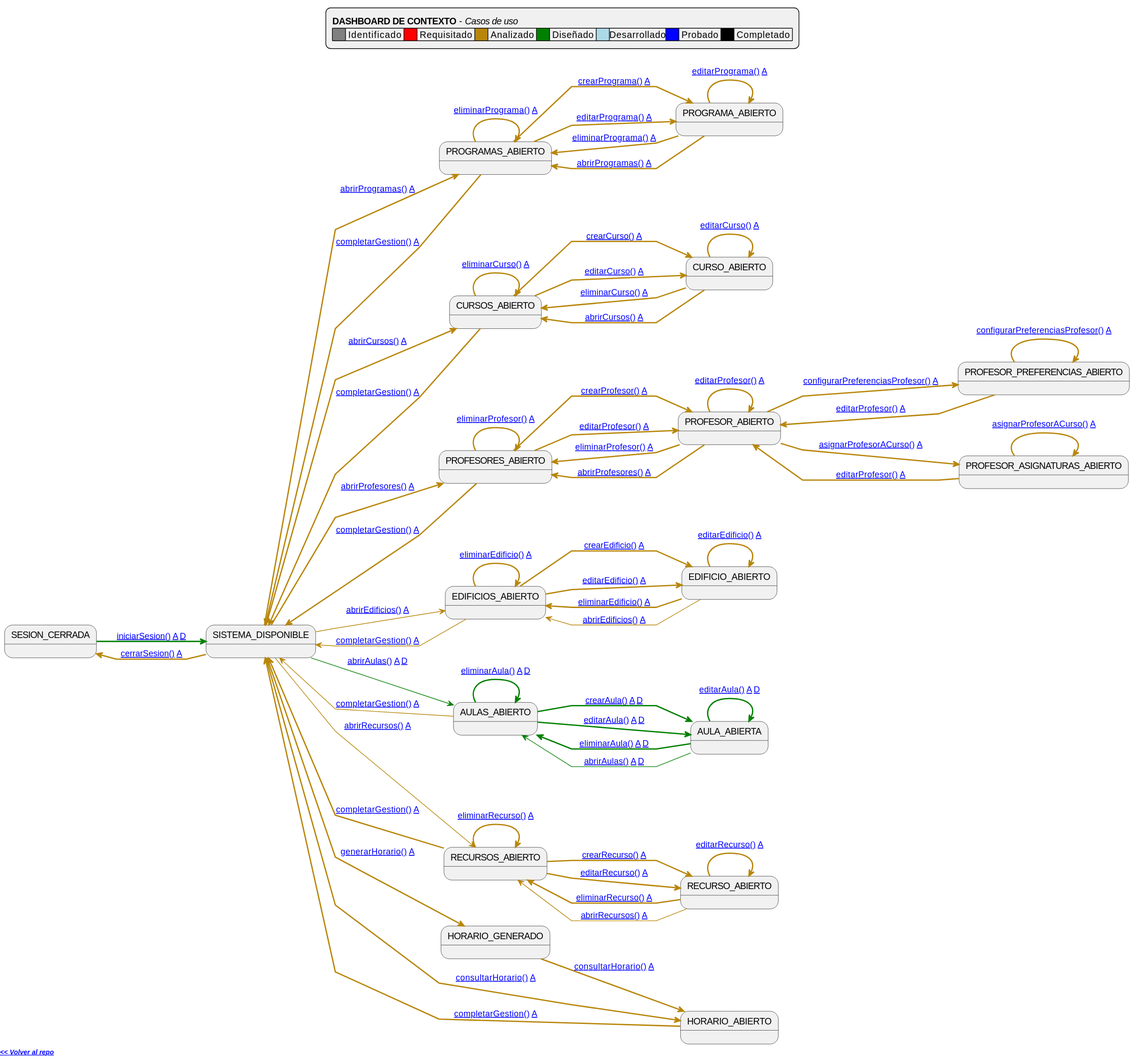
Above: images/RUP/99-seguimiento/diagrama-contexto-administrador.svg in mmasias/pySigHor (PlantUML), before the change.
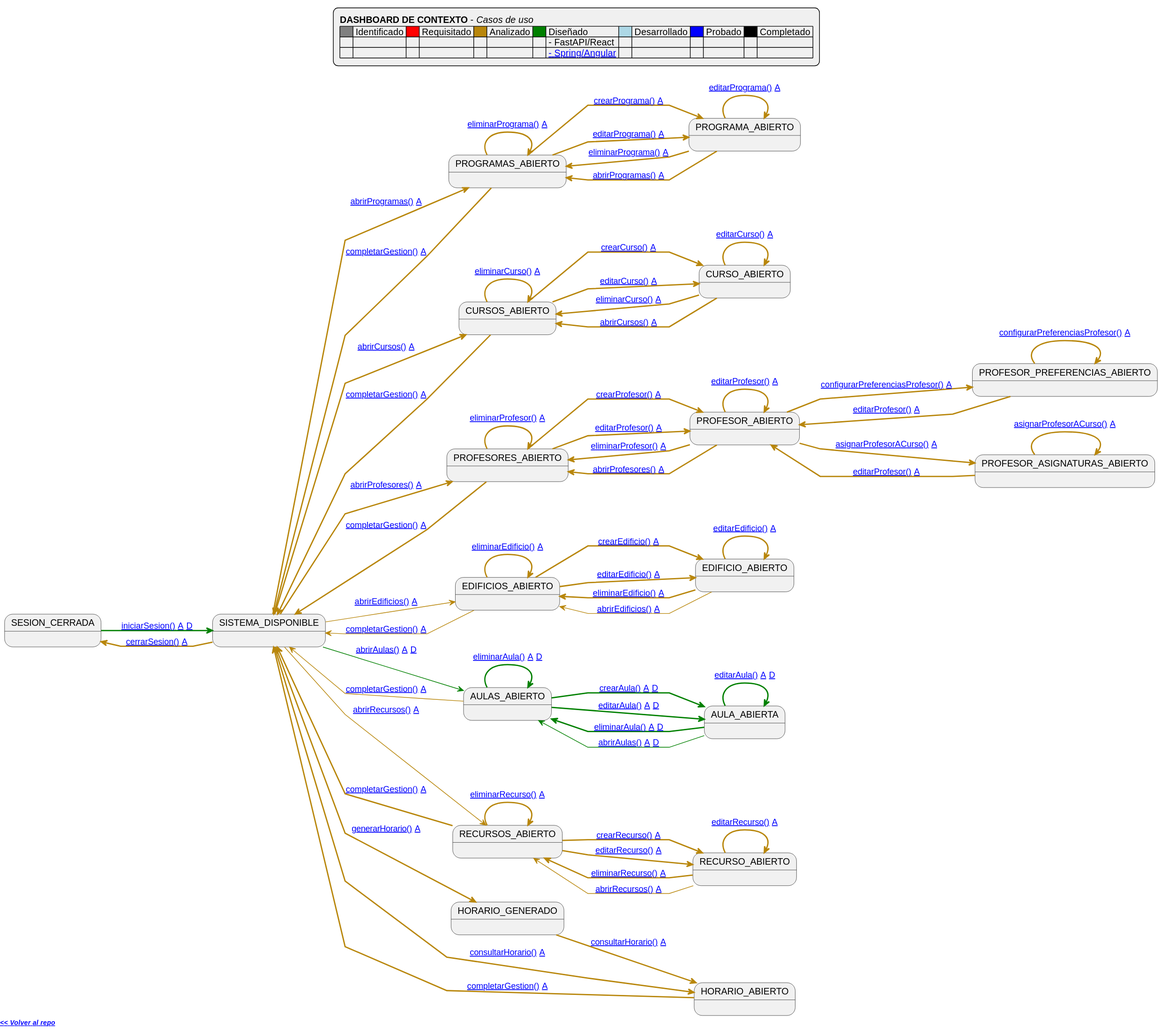
The same diagram one commit later.

Commit message:
feat: dashboard + stack

The edit, as a diff of the source:
```diff
@@ -15,7 +15,9 @@
 
 legend top
     **DASHBOARD DE CONTEXTO** - <i>Casos de uso</i>
-    |<#gray>     | Identificado |<#red>     | Requisitado |<#darkgoldenrod>     | Analizado |<#green>     | Diseñado |<#lightblue>     |Desarrollado|<#blue>     | Probado |<#black>     | Completado |
+    |<#gray>     | Identificado |<#red>     | Requisitado |<#darkgoldenrod>     | Analizado |<#green>     | Diseñado |<#lightblue>     | Desarrollado |<#blue>     | Probado |<#black>     | Completado |
+    | | | | | | | | - FastAPI/React |
+    | | | | | | | | [[https://raw.githubusercontent.com/mmasias/pySigHor/diseño-spring-angular/images/RUP/99-seguimiento/diagrama-contexto-administrador.svg - Spring/Angular]] |
 end legend
 
 footer
@@ -43,14 +45,14 @@
 state "HORARIO_GENERADO" as Generacion
 state "HORARIO_ABIERTO" as Consulta
 
-NoAuth -[#green,thickness=2]-> Menu: [[https://github.com/mmasias/pySigHor/blob/main/RUP/00-casos-uso/02-detalle/iniciarSesion/README.md iniciarSesion()]] [[https://github.com/mmasias/pySigHor/blob/main/RUP/01-analisis/casos-uso/iniciarSesion/README.md A]] [[https://github.com/mmasias/pySigHor/blob/main/RUP/02-diseño/casos-uso/iniciarSesion/README.md D]]
+NoAuth -[#green,thickness=2]-> Menu: [[https://github.com/mmasias/pySigHor/blob/main/RUP/00-casos-uso/02-detalle/iniciarSesion/README.md iniciarSesion()]] [[https://github.com/mmasias/pySigHor/blob/main/RUP/01-analisis/casos-uso/iniciarSesion/README.md A]] [[https://github.com/mmasias/pySigHor/blob/diseño-fastapi-react/RUP/02-diseño/casos-uso/iniciarSesion/README.md D]]
 
 Menu -[#darkgoldenrod,thickness=2]-> NoAuth: [[https://github.com/mmasias/pySigHor/blob/main/RUP/00-casos-uso/02-detalle/cerrarSesion/README.md cerrarSesion()]] [[https://github.com/mmasias/pySigHor/blob/main/RUP/01-analisis/casos-uso/cerrarSesion/README.md A]]
 Menu -[#darkgoldenrod,thickness=2]-> ListProgramas: [[https://github.com/mmasias/pySigHor/blob/main/RUP/00-casos-uso/02-detalle/abrirProgramas/README.md abrirProgramas()]] [[https://github.com/mmasias/pySigHor/blob/main/RUP/01-analisis/casos-uso/abrirProgramas/README.md A]]
 Menu -[#darkgoldenrod,thickness=2]-> ListCursos: [[https://github.com/mmasias/pySigHor/blob/main/RUP/00-casos-uso/02-detalle/abrirCursos/README.md abrirCursos()]] [[https://github.com/mmasias/pySigHor/blob/main/RUP/01-analisis/casos-uso/abrirCursos/README.md A]]
 Menu -[#darkgoldenrod,thickness=2]-> ListProfesores: [[https://github.com/mmasias/pySigHor/blob/main/RUP/00-casos-uso/02-detalle/abrirProfesores/README.md abrirProfesores()]] [[https://github.com/mmasias/pySigHor/blob/main/RUP/01-analisis/casos-uso/abrirProfesores/README.md A]]
 Menu -[#darkgoldenrod]-> ListEdificios: [[https://github.com/mmasias/pySigHor/blob/main/RUP/00-casos-uso/02-detalle/abrirEdificios/README.md abrirEdificios()]] [[https://github.com/mmasias/pySigHor/blob/main/RUP/01-analisis/casos-uso/abrirEdificios/README.md A]]
-Menu -[#green]-> ListAulas: [[https://github.com/mmasias/pySigHor/blob/main/RUP/00-casos-uso/02-detalle/abrirAulas/README.md abrirAulas()]] [[https://github.com/mmasias/pySigHor/blob/main/RUP/01-analisis/casos-uso/abrirAulas/README.md A]] [[https://github.com/mmasias/pySigHor/blob/main/RUP/02-diseño/casos-uso/abrirAulas/README.md D]]
+Menu -[#green]-> ListAulas: [[https://github.com/mmasias/pySigHor/blob/main/RUP/00-casos-uso/02-detalle/abrirAulas/README.md abrirAulas()]] [[https://github.com/mmasias/pySigHor/blob/main/RUP/01-analisis/casos-uso/abrirAulas/README.md A]] [[https://github.com/mmasias/pySigHor/blob/diseño-fastapi-react/RUP/02-diseño/casos-uso/abrirAulas/README.md D]]
 Menu -[#darkgoldenrod]-> ListRecursos: [[https://github.com/mmasias/pySigHor/blob/main/RUP/00-casos-uso/02-detalle/abrirRecursos/README.md abrirRecursos()]] [[https://github.com/mmasias/pySigHor/blob/main/RUP/01-analisis/casos-uso/abrirRecursos/README.md A]]
 Menu -[#darkgoldenrod,bold]-> Generacion: [[https://github.com/mmasias/pySigHor/blob/main/RUP/00-casos-uso/02-detalle/generarHorario/README.md generarHorario()]] [[https://github.com/mmasias/pySigHor/blob/main/RUP/01-analisis/casos-uso/generarHorario/README.md A]]
 Menu -[#darkgoldenrod,bold]-> Consulta: [[https://github.com/mmasias/pySigHor/blob/main/RUP/00-casos-uso/02-detalle/consultarHorario/README.md consultarHorario()]] [[https://github.com/mmasias/pySigHor/blob/main/RUP/01-analisis/casos-uso/consultarHorario/README.md A]]
@@ -86,12 +88,12 @@
 EditEdificio -[#darkgoldenrod,bold]-> EditEdificio: [[https://github.com/mmasias/pySigHor/blob/main/RUP/00-casos-uso/02-detalle/editarEdificio/README.md editarEdificio()]] [[https://github.com/mmasias/pySigHor/blob/main/RUP/01-analisis/casos-uso/editarEdificio/README.md A]]
 EditEdificio -[#darkgoldenrod,bold]-> ListEdificios: [[https://github.com/mmasias/pySigHor/blob/main/RUP/00-casos-uso/02-detalle/eliminarEdificio/README.md eliminarEdificio()]] [[https://github.com/mmasias/pySigHor/blob/main/RUP/01-analisis/casos-uso/eliminarEdificio/README.md A]]
 EditEdificio -[#darkgoldenrod]-> ListEdificios: [[https://github.com/mmasias/pySigHor/blob/main/RUP/00-casos-uso/02-detalle/abrirEdificios/README.md abrirEdificios()]] [[https://github.com/mmasias/pySigHor/blob/main/RUP/01-analisis/casos-uso/abrirEdificios/README.md A]]
-ListAulas -[#green,bold]-> EditAula: [[https://github.com/mmasias/pySigHor/blob/main/RUP/00-casos-uso/02-detalle/crearAula/README.md crearAula()]] [[https://github.com/mmasias/pySigHor/blob/main/RUP/01-analisis/casos-uso/crearAula/README.md A]] [[https://github.com/mmasias/pySigHor/blob/main/RUP/02-diseño/casos-uso/crearAula/README.md D]]
-ListAulas -[#green,bold]-> EditAula: [[https://github.com/mmasias/pySigHor/blob/main/RUP/00-casos-uso/02-detalle/editarAula/README.md editarAula()]] [[https://github.com/mmasias/pySigHor/blob/main/RUP/01-analisis/casos-uso/editarAula/README.md A]] [[https://github.com/mmasias/pySigHor/blob/main/RUP/02-diseño/casos-uso/editarAula/README.md D]]
-ListAulas -[#green,bold]-> ListAulas: [[https://github.com/mmasias/pySigHor/blob/main/RUP/00-casos-uso/02-detalle/eliminarAula/README.md eliminarAula()]] [[https://github.com/mmasias/pySigHor/blob/main/RUP/01-analisis/casos-uso/eliminarAula/README.md A]] [[https://github.com/mmasias/pySigHor/blob/main/RUP/02-diseño/casos-uso/eliminarAula/README.md D]]
-EditAula -[#green,bold]-> EditAula: [[https://github.com/mmasias/pySigHor/blob/main/RUP/00-casos-uso/02-detalle/editarAula/README.md editarAula()]] [[https://github.com/mmasias/pySigHor/blob/main/RUP/01-analisis/casos-uso/editarAula/README.md A]] [[https://github.com/mmasias/pySigHor/blob/main/RUP/02-diseño/casos-uso/editarAula/README.md D]]
-EditAula -[#green,bold]-> ListAulas: [[https://github.com/mmasias/pySigHor/blob/main/RUP/00-casos-uso/02-detalle/eliminarAula/README.md eliminarAula()]] [[https://github.com/mmasias/pySigHor/blob/main/RUP/01-analisis/casos-uso/eliminarAula/README.md A]] [[https://github.com/mmasias/pySigHor/blob/main/RUP/02-diseño/casos-uso/eliminarAula/README.md D]]
-EditAula -[#green]-> ListAulas: [[https://github.com/mmasias/pySigHor/blob/main/RUP/00-casos-uso/02-detalle/abrirAulas/README.md abrirAulas()]] [[https://github.com/mmasias/pySigHor/blob/main/RUP/01-analisis/casos-uso/abrirAulas/README.md A]] [[https://github.com/mmasias/pySigHor/blob/main/RUP/02-diseño/casos-uso/abrirAulas/README.md D]]
+ListAulas -[#green,bold]-> EditAula: [[https://github.com/mmasias/pySigHor/blob/main/RUP/00-casos-uso/02-detalle/crearAula/README.md crearAula()]] [[https://github.com/mmasias/pySigHor/blob/main/RUP/01-analisis/casos-uso/crearAula/README.md A]] [[https://github.com/mmasias/pySigHor/blob/diseño-fastapi-react/RUP/02-diseño/casos-uso/crearAula/README.md D]]
+ListAulas -[#green,bold]-> EditAula: [[https://github.com/mmasias/pySigHor/blob/main/RUP/00-casos-uso/02-detalle/editarAula/README.md editarAula()]] [[https://github.com/mmasias/pySigHor/blob/main/RUP/01-analisis/casos-uso/editarAula/README.md A]] [[https://github.com/mmasias/pySigHor/blob/diseño-fastapi-react/RUP/02-diseño/casos-uso/editarAula/README.md D]]
+ListAulas -[#green,bold]-> ListAulas: [[https://github.com/mmasias/pySigHor/blob/main/RUP/00-casos-uso/02-detalle/eliminarAula/README.md eliminarAula()]] [[https://github.com/mmasias/pySigHor/blob/main/RUP/01-analisis/casos-uso/eliminarAula/README.md A]] [[https://github.com/mmasias/pySigHor/blob/diseño-fastapi-react/RUP/02-diseño/casos-uso/eliminarAula/README.md D]]
+EditAula -[#green,bold]-> EditAula: [[https://github.com/mmasias/pySigHor/blob/main/RUP/00-casos-uso/02-detalle/editarAula/README.md editarAula()]] [[https://github.com/mmasias/pySigHor/blob/main/RUP/01-analisis/casos-uso/editarAula/README.md A]] [[https://github.com/mmasias/pySigHor/blob/diseño-fastapi-react/RUP/02-diseño/casos-uso/editarAula/README.md D]]
+EditAula -[#green,bold]-> ListAulas: [[https://github.com/mmasias/pySigHor/blob/main/RUP/00-casos-uso/02-detalle/eliminarAula/README.md eliminarAula()]] [[https://github.com/mmasias/pySigHor/blob/main/RUP/01-analisis/casos-uso/eliminarAula/README.md A]] [[https://github.com/mmasias/pySigHor/blob/diseño-fastapi-react/RUP/02-diseño/casos-uso/eliminarAula/README.md D]]
+EditAula -[#green]-> ListAulas: [[https://github.com/mmasias/pySigHor/blob/main/RUP/00-casos-uso/02-detalle/abrirAulas/README.md abrirAulas()]] [[https://github.com/mmasias/pySigHor/blob/main/RUP/01-analisis/casos-uso/abrirAulas/README.md A]] [[https://github.com/mmasias/pySigHor/blob/diseño-fastapi-react/RUP/02-diseño/casos-uso/abrirAulas/README.md D]]
 ListRecursos -[#darkgoldenrod,bold]-> EditRecurso: [[https://github.com/mmasias/pySigHor/blob/main/RUP/00-casos-uso/02-detalle/crearRecurso/README.md crearRecurso()]] [[https://github.com/mmasias/pySigHor/blob/main/RUP/01-analisis/casos-uso/crearRecurso/README.md A]]
 ListRecursos -[#darkgoldenrod,bold]-> EditRecurso: [[https://github.com/mmasias/pySigHor/blob/main/RUP/00-casos-uso/02-detalle/editarRecurso/README.md editarRecurso()]] [[https://github.com/mmasias/pySigHor/blob/main/RUP/01-analisis/casos-uso/editarRecurso/README.md A]]
 ListRecursos -[#darkgoldenrod,bold]-> ListRecursos: [[https://github.com/mmasias/pySigHor/blob/main/RUP/00-casos-uso/02-detalle/eliminarRecurso/README.md eliminarRecurso()]] [[https://github.com/mmasias/pySigHor/blob/main/RUP/01-analisis/casos-uso/eliminarRecurso/README.md A]]
```
